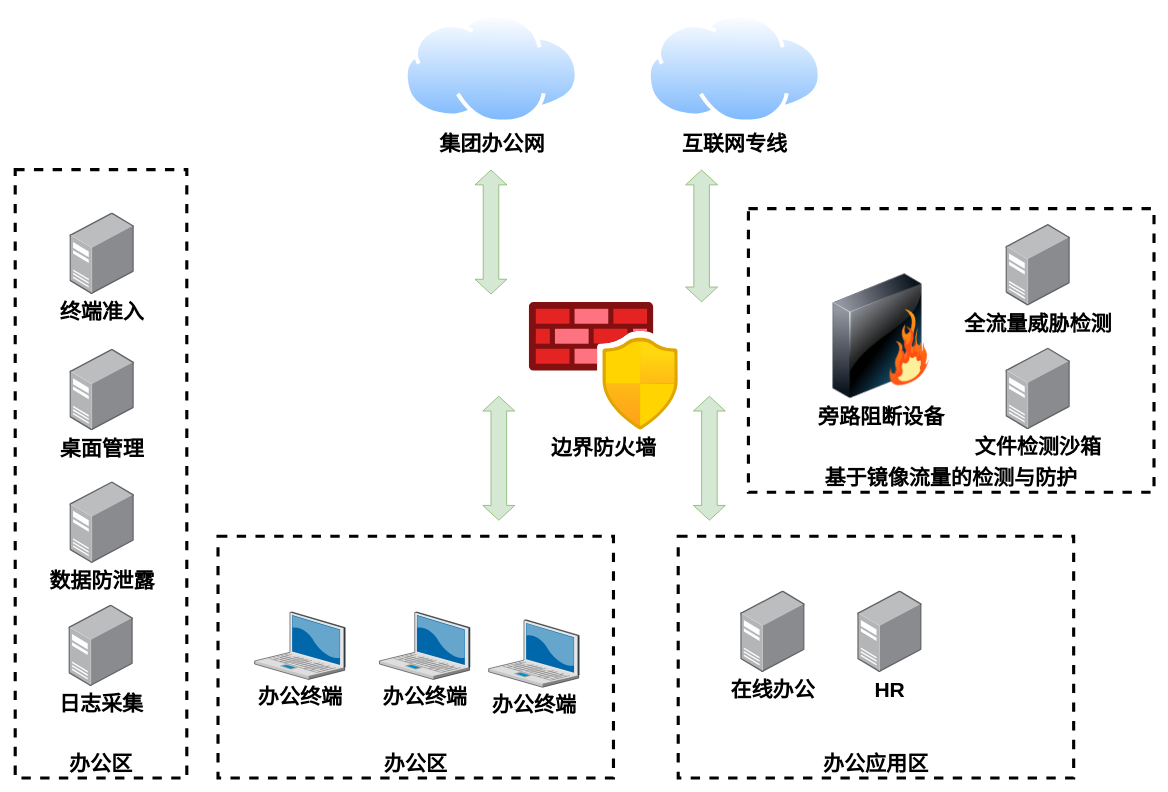
This is page "办公网安全" (3 of 3) of 网络安全防护.drawio from razor/1102_decoration, a draw.io file, before an edit. Source tidied: cells renumbered, new cells numbered last; positions are measured from the earlier drawing's top-left corner, leaving out a move shared by most shapes. Both pictures are drawn from the tidied source at 78%, with x=0, y=0 at pixel (15, 13).
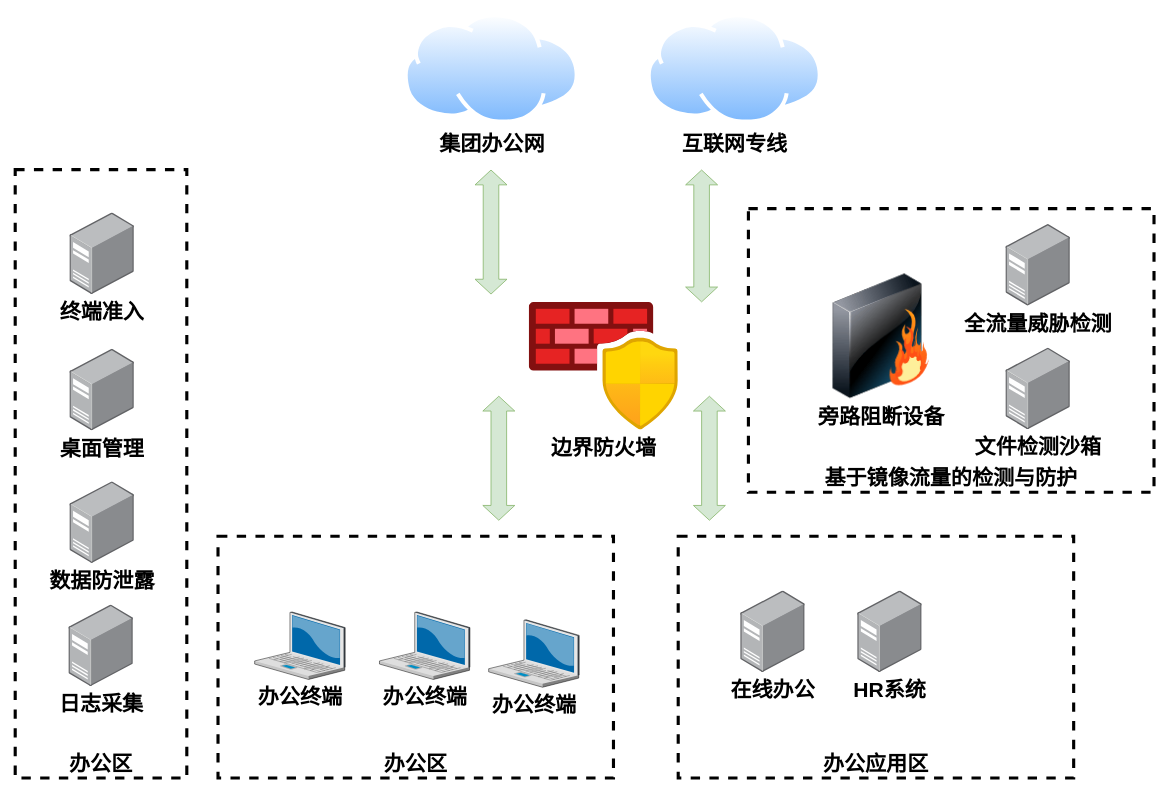
Above is the later version.

Commit message:
更新网络安全防护.drawio

Change to the diagram source:
```diff
@@
-    <mxCell id="11" value="HR" style="image;html=1;align=center;shadow=0;dashed=0;image=img/lib/allied_telesis/computer_and_terminals/Server_Desktop.svg;fontStyle=1;fontSize=27;" parent="1" vertex="1">
+    <mxCell id="11" value="HR系统" style="image;html=1;align=center;shadow=0;dashed=0;image=img/lib/allied_telesis/computer_and_terminals/Server_Desktop.svg;fontStyle=1;fontSize=27;" parent="1" vertex="1">
       <mxGeometry x="1080" y="740" width="82.6" height="104.7" as="geometry" />
     </mxCell>
```
